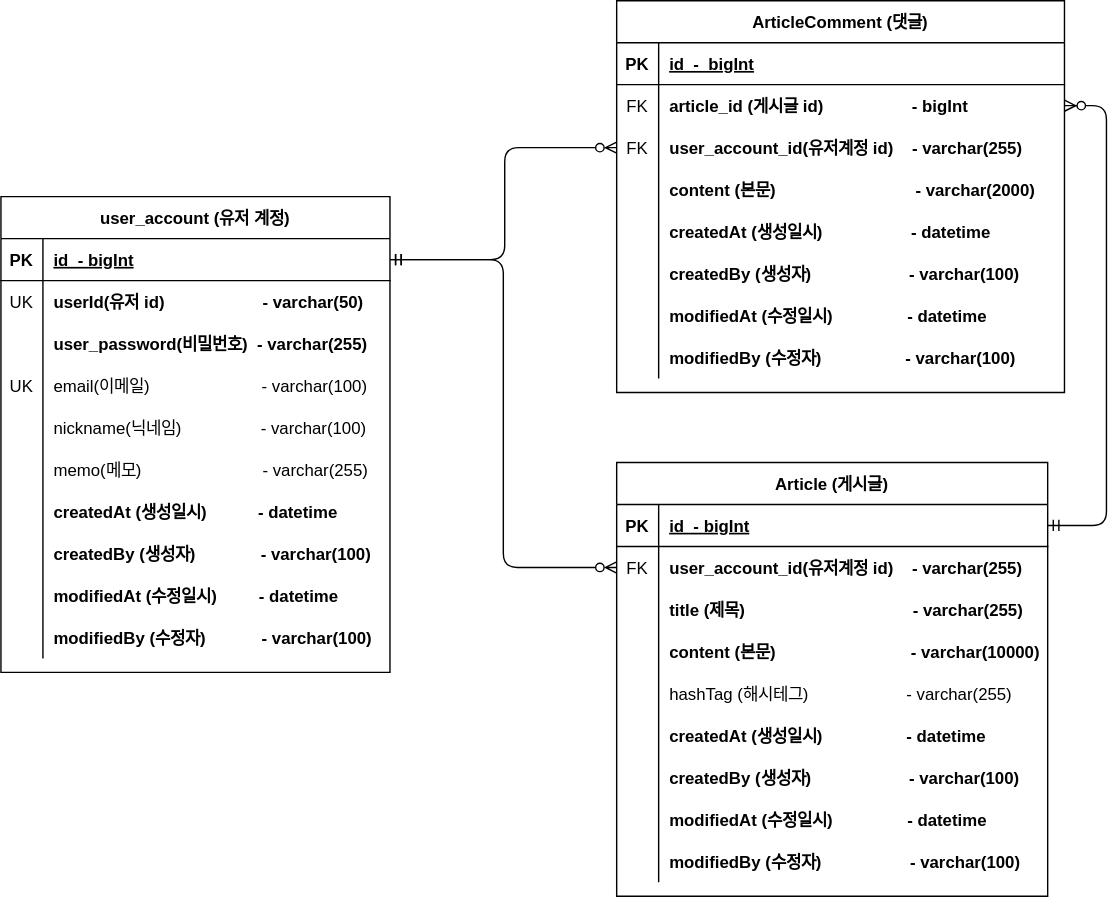
This is document/project-board.svg from buchonsi/board-service, a draw.io export, as it was before one commit. Source tidied: cells renumbered, new cells last; positions are measured from the earlier drawing's top-left corner, leaving out a move shared by most shapes.
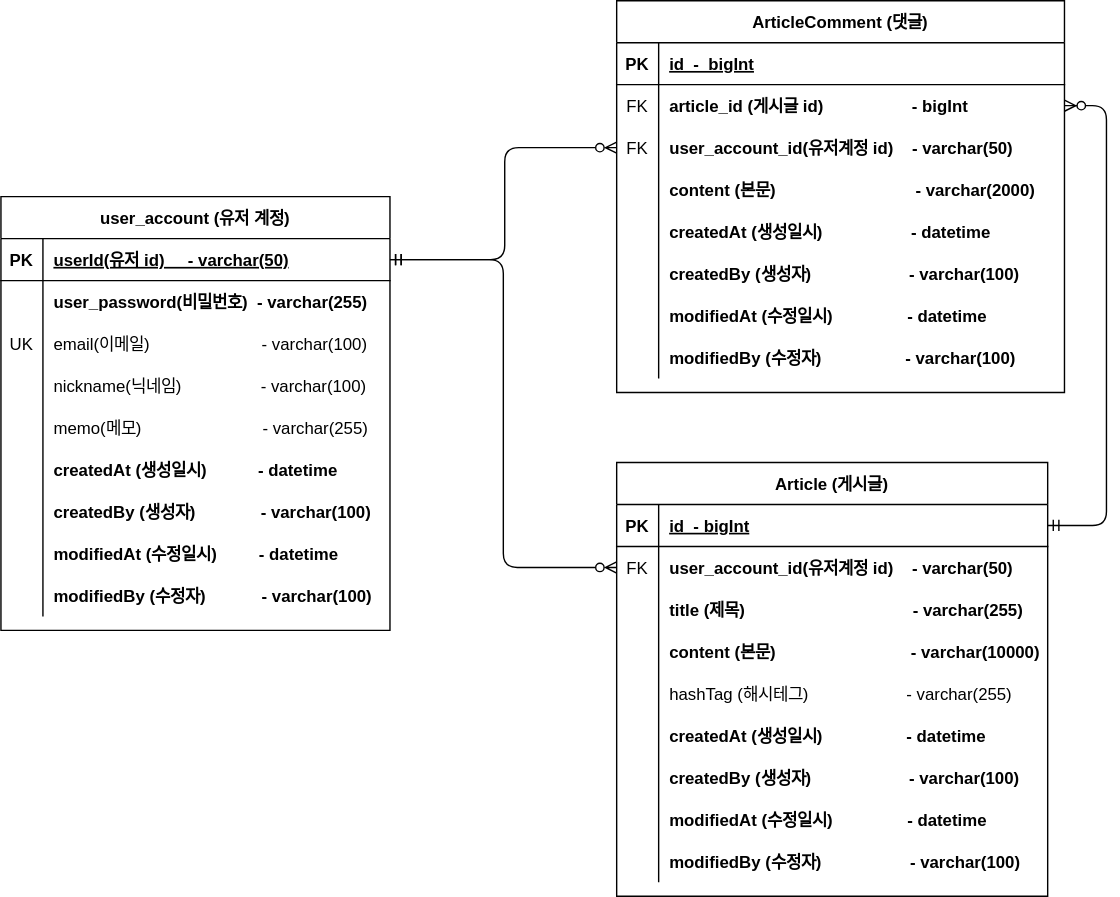
After the change.

Commit message:
ERD 변경 - 회원 계정의 userId 를 PK 로 변경 (#34)

What changed in the source:
```diff
@@ -38,7 +38,7 @@
     <mxCell id="11" value="FK" style="shape=partialRectangle;overflow=hidden;fillColor=none;top=0;left=0;bottom=0;right=0;" parent="10" vertex="1">
       <mxGeometry width="30" height="30" as="geometry" />
     </mxCell>
-    <mxCell id="12" value="user_account_id(유저계정 id)    - varchar(255)" style="shape=partialRectangle;overflow=hidden;fillColor=none;top=0;left=0;bottom=0;right=0;align=left;spacingLeft=6;fontStyle=1;" parent="10" vertex="1">
+    <mxCell id="12" value="user_account_id(유저계정 id)    - varchar(50)" style="shape=partialRectangle;overflow=hidden;fillColor=none;top=0;left=0;bottom=0;right=0;align=left;spacingLeft=6;fontStyle=1;" parent="10" vertex="1">
       <mxGeometry x="30" width="290" height="30" as="geometry" />
     </mxCell>
     <mxCell id="13" style="shape=partialRectangle;fillColor=none;top=0;left=0;right=0;bottom=0;" parent="3" vertex="1">
@@ -104,7 +104,7 @@
     <mxCell id="33" value="FK" style="shape=partialRectangle;overflow=hidden;fillColor=none;top=0;left=0;bottom=0;right=0;" parent="32" vertex="1">
       <mxGeometry width="30" height="30" as="geometry" />
     </mxCell>
-    <mxCell id="34" value="user_account_id(유저계정 id)    - varchar(255)" style="shape=partialRectangle;overflow=hidden;fillColor=none;top=0;left=0;bottom=0;right=0;align=left;spacingLeft=6;fontStyle=1;" parent="32" vertex="1">
+    <mxCell id="34" value="user_account_id(유저계정 id)    - varchar(50)" style="shape=partialRectangle;overflow=hidden;fillColor=none;top=0;left=0;bottom=0;right=0;align=left;spacingLeft=6;fontStyle=1;" parent="32" vertex="1">
       <mxGeometry x="30" width="278" height="30" as="geometry" />
     </mxCell>
     <mxCell id="35" style="shape=partialRectangle;fillColor=none;top=0;left=0;right=0;bottom=0;" parent="28" vertex="1">
@@ -171,7 +171,7 @@
       <mxGeometry x="30" width="278" height="30" as="geometry" />
     </mxCell>
     <mxCell id="56" value="user_account (유저 계정)" style="shape=table;startSize=30;rowLines=0;fontStyle=1;align=center;" parent="1" vertex="1">
-      <mxGeometry y="140" width="278" height="340" as="geometry" />
+      <mxGeometry y="140" width="278" height="310" as="geometry" />
     </mxCell>
     <mxCell id="57" style="shape=partialRectangle;fillColor=none;points=[[0,0.5],[1,0.5]];portConstraint=eastwest;top=0;left=0;right=0;bottom=1;" parent="56" vertex="1">
       <mxGeometry y="30" width="278" height="30" as="geometry" />
@@ -179,20 +179,11 @@
     <mxCell id="58" value="PK" style="shape=partialRectangle;overflow=hidden;fillColor=none;top=0;left=0;bottom=0;right=0;fontStyle=1;" parent="57" vertex="1">
       <mxGeometry width="30" height="30" as="geometry" />
     </mxCell>
-    <mxCell id="59" value="id  - bigInt" style="shape=partialRectangle;overflow=hidden;fillColor=none;top=0;left=0;bottom=0;right=0;align=left;spacingLeft=6;fontStyle=5;" parent="57" vertex="1">
+    <mxCell id="59" value="userId(유저 id)     - varchar(50)" style="shape=partialRectangle;overflow=hidden;fillColor=none;top=0;left=0;bottom=0;right=0;align=left;spacingLeft=6;fontStyle=5;" parent="57" vertex="1">
       <mxGeometry x="30" width="248" height="30" as="geometry" />
     </mxCell>
-    <mxCell id="60" style="shape=partialRectangle;fillColor=none;top=0;left=0;right=0;bottom=0;" parent="56" vertex="1">
-      <mxGeometry y="60" width="278" height="30" as="geometry" />
-    </mxCell>
-    <mxCell id="61" value="UK" style="shape=partialRectangle;overflow=hidden;fillColor=none;top=0;left=0;bottom=0;right=0;" parent="60" vertex="1">
-      <mxGeometry width="30" height="30" as="geometry" />
-    </mxCell>
-    <mxCell id="62" value="userId(유저 id)                     - varchar(50)" style="shape=partialRectangle;overflow=hidden;fillColor=none;top=0;left=0;bottom=0;right=0;align=left;spacingLeft=6;fontStyle=1;" parent="60" vertex="1">
-      <mxGeometry x="30" width="248" height="30" as="geometry" />
-    </mxCell>
     <mxCell id="63" style="shape=partialRectangle;fillColor=none;top=0;left=0;right=0;bottom=0;" parent="56" vertex="1">
-      <mxGeometry y="90" width="278" height="30" as="geometry" />
+      <mxGeometry y="60" width="278" height="30" as="geometry" />
     </mxCell>
     <mxCell id="64" style="shape=partialRectangle;overflow=hidden;fillColor=none;top=0;left=0;bottom=0;right=0;" parent="63" vertex="1">
       <mxGeometry width="30" height="30" as="geometry" />
@@ -201,7 +192,7 @@
       <mxGeometry x="30" width="248" height="30" as="geometry" />
     </mxCell>
     <mxCell id="66" style="shape=partialRectangle;fillColor=none;top=0;left=0;right=0;bottom=0;" parent="56" vertex="1">
-      <mxGeometry y="120" width="278" height="30" as="geometry" />
+      <mxGeometry y="90" width="278" height="30" as="geometry" />
     </mxCell>
     <mxCell id="67" value="UK" style="shape=partialRectangle;overflow=hidden;fillColor=none;top=0;left=0;bottom=0;right=0;" parent="66" vertex="1">
       <mxGeometry width="30" height="30" as="geometry" />
@@ -210,7 +201,7 @@
       <mxGeometry x="30" width="248" height="30" as="geometry" />
     </mxCell>
     <mxCell id="69" style="shape=partialRectangle;fillColor=none;top=0;left=0;right=0;bottom=0;" parent="56" vertex="1">
-      <mxGeometry y="150" width="278" height="30" as="geometry" />
+      <mxGeometry y="120" width="278" height="30" as="geometry" />
     </mxCell>
     <mxCell id="70" style="shape=partialRectangle;overflow=hidden;fillColor=none;top=0;left=0;bottom=0;right=0;" parent="69" vertex="1">
       <mxGeometry width="30" height="30" as="geometry" />
@@ -219,7 +210,7 @@
       <mxGeometry x="30" width="248" height="30" as="geometry" />
     </mxCell>
     <mxCell id="72" style="shape=partialRectangle;fillColor=none;top=0;left=0;right=0;bottom=0;" parent="56" vertex="1">
-      <mxGeometry y="180" width="278" height="30" as="geometry" />
+      <mxGeometry y="150" width="278" height="30" as="geometry" />
     </mxCell>
     <mxCell id="73" style="shape=partialRectangle;overflow=hidden;fillColor=none;top=0;left=0;bottom=0;right=0;" parent="72" vertex="1">
       <mxGeometry width="30" height="30" as="geometry" />
@@ -228,7 +219,7 @@
       <mxGeometry x="30" width="248" height="30" as="geometry" />
     </mxCell>
     <mxCell id="75" style="shape=partialRectangle;fillColor=none;top=0;left=0;right=0;bottom=0;" parent="56" vertex="1">
-      <mxGeometry y="210" width="278" height="30" as="geometry" />
+      <mxGeometry y="180" width="278" height="30" as="geometry" />
     </mxCell>
     <mxCell id="76" style="shape=partialRectangle;overflow=hidden;fillColor=none;top=0;left=0;bottom=0;right=0;" parent="75" vertex="1">
       <mxGeometry width="30" height="30" as="geometry" />
@@ -237,7 +228,7 @@
       <mxGeometry x="30" width="248" height="30" as="geometry" />
     </mxCell>
     <mxCell id="78" style="shape=partialRectangle;fillColor=none;top=0;left=0;right=0;bottom=0;" parent="56" vertex="1">
-      <mxGeometry y="240" width="278" height="30" as="geometry" />
+      <mxGeometry y="210" width="278" height="30" as="geometry" />
     </mxCell>
     <mxCell id="79" style="shape=partialRectangle;overflow=hidden;fillColor=none;top=0;left=0;bottom=0;right=0;" parent="78" vertex="1">
       <mxGeometry width="30" height="30" as="geometry" />
@@ -246,7 +237,7 @@
       <mxGeometry x="30" width="248" height="30" as="geometry" />
     </mxCell>
     <mxCell id="81" style="shape=partialRectangle;fillColor=none;top=0;left=0;right=0;bottom=0;" parent="56" vertex="1">
-      <mxGeometry y="270" width="278" height="30" as="geometry" />
+      <mxGeometry y="240" width="278" height="30" as="geometry" />
     </mxCell>
     <mxCell id="82" style="shape=partialRectangle;overflow=hidden;fillColor=none;top=0;left=0;bottom=0;right=0;" parent="81" vertex="1">
       <mxGeometry width="30" height="30" as="geometry" />
@@ -255,7 +246,7 @@
       <mxGeometry x="30" width="248" height="30" as="geometry" />
     </mxCell>
     <mxCell id="84" style="shape=partialRectangle;fillColor=none;top=0;left=0;right=0;bottom=0;" parent="56" vertex="1">
-      <mxGeometry y="300" width="278" height="30" as="geometry" />
+      <mxGeometry y="270" width="278" height="30" as="geometry" />
     </mxCell>
     <mxCell id="85" style="shape=partialRectangle;overflow=hidden;fillColor=none;top=0;left=0;bottom=0;right=0;" parent="84" vertex="1">
       <mxGeometry width="30" height="30" as="geometry" />
```
